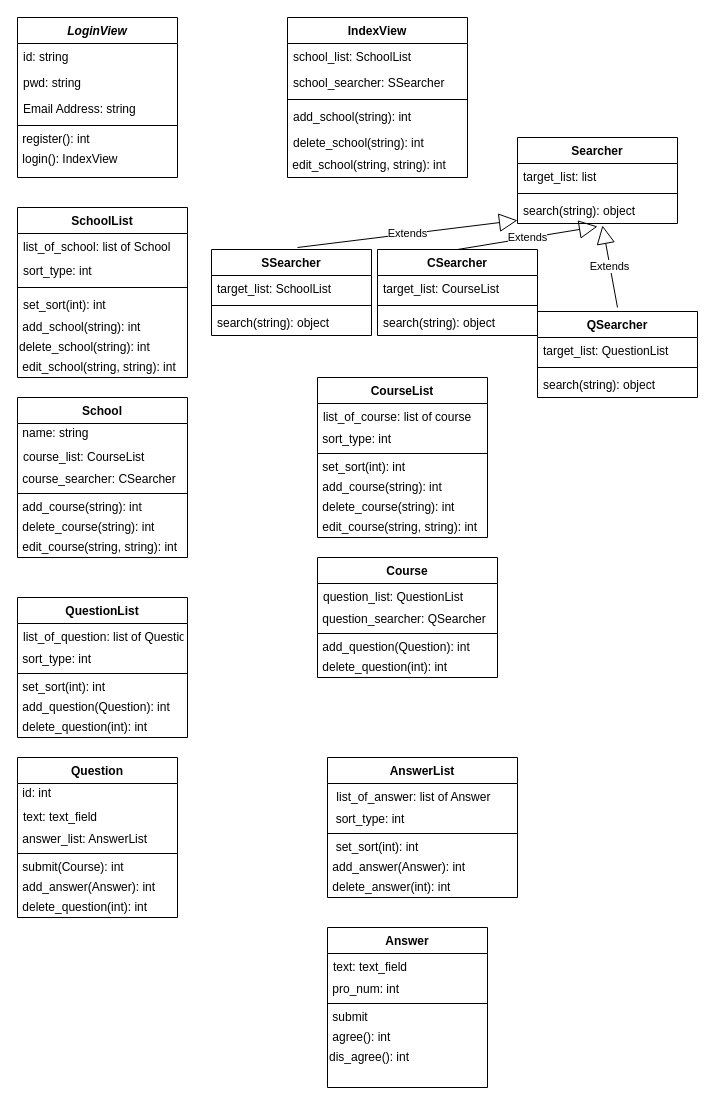
Before: PkuWenWenClasses.drawio in Dee-Why/PkuWenWen, a draw.io diagram. Source tidied: cells renumbered, new cells numbered last; positions are measured from the earlier drawing's top-left corner, leaving out a move shared by most shapes. Both pictures are drawn from the tidied source at 100%, with x=0, y=0 at pixel (17, 17).
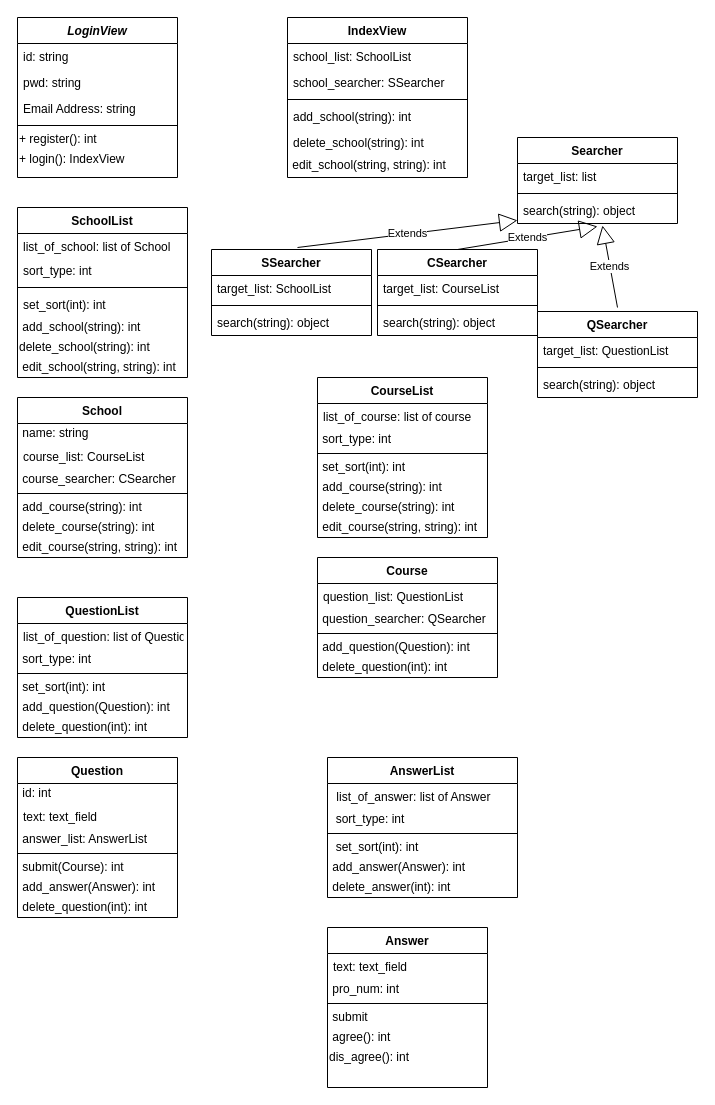
The same diagram, later.

Unchanged cells that the change refers to:
```xml
<mxCell id="2" value="LoginView" style="swimlane;fontStyle=3;align=center;verticalAlign=top;horizontal=1;startSize=26;rounded=0;shadow=0;strokeWidth=1;" parent="1" vertex="1">
  <mxGeometry width="160" height="160" as="geometry" />
</mxCell>
```

What changed in the source:
```diff
@@
-    <mxCell id="7" value="&amp;nbsp;register(): int" style="text;html=1;align=left;verticalAlign=middle;" parent="2" vertex="1">
+    <mxCell id="7" value="+ register(): int" style="text;html=1;align=left;verticalAlign=middle;" parent="2" vertex="1">
       <mxGeometry y="112" width="160" height="20" as="geometry" />
     </mxCell>
-    <mxCell id="8" value="&amp;nbsp;login(): IndexView" style="text;html=1;align=left;verticalAlign=middle;" parent="2" vertex="1">
+    <mxCell id="8" value="+ login(): IndexView" style="text;html=1;align=left;verticalAlign=middle;" parent="2" vertex="1">
       <mxGeometry y="132" width="160" height="20" as="geometry" />
     </mxCell>
```
